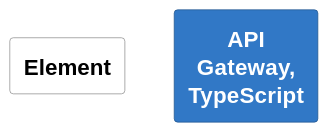
Earlier version of the PlantUML export docs/architecture/diagrams/structurizr-Deployment_development-key.svg (chrislyons-dev/bond-math). Its diagram source:
```plantuml
@startuml
set separator none

skinparam {
  shadowing false
  arrowFontSize 15
  defaultTextAlignment center
  wrapWidth 100
  maxMessageSize 100
}
hide stereotype

skinparam rectangle<<_transparent>> {
  BorderColor transparent
  BackgroundColor transparent
  FontColor transparent
}

skinparam rectangle<<1>> {
  BackgroundColor #ffffff
  FontColor #000000
  BorderColor #888888
}
rectangle "==Element" <<1>>

skinparam rectangle<<2>> {
  BackgroundColor #3178c6
  FontColor #ffffff
  BorderColor #22548a
}
rectangle "==API Gateway, TypeScript" <<2>>
@enduml
```
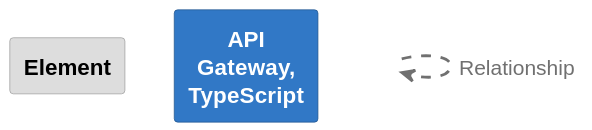
The same file after the commit.

Change to the diagram source:
```diff
@@ -17,9 +17,9 @@
 }
 
 skinparam rectangle<<1>> {
-  BackgroundColor #ffffff
+  BackgroundColor #dddddd
   FontColor #000000
-  BorderColor #888888
+  BorderColor #9a9a9a
 }
 rectangle "==Element" <<1>>
 
@@ -29,4 +29,7 @@
   BorderColor #22548a
 }
 rectangle "==API Gateway, TypeScript" <<2>>
+
+rectangle "." <<_transparent>> as 3
+3 .[#707070,thickness=2].> 3 : "<color:#707070>Relationship"
 @enduml
```
